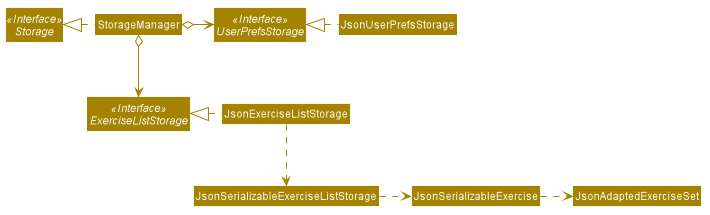
Above: docs/images/StorageClassDiagram.png in nus-cs2103-AY1920S2/addressbook-level3 (PlantUML), before the change.
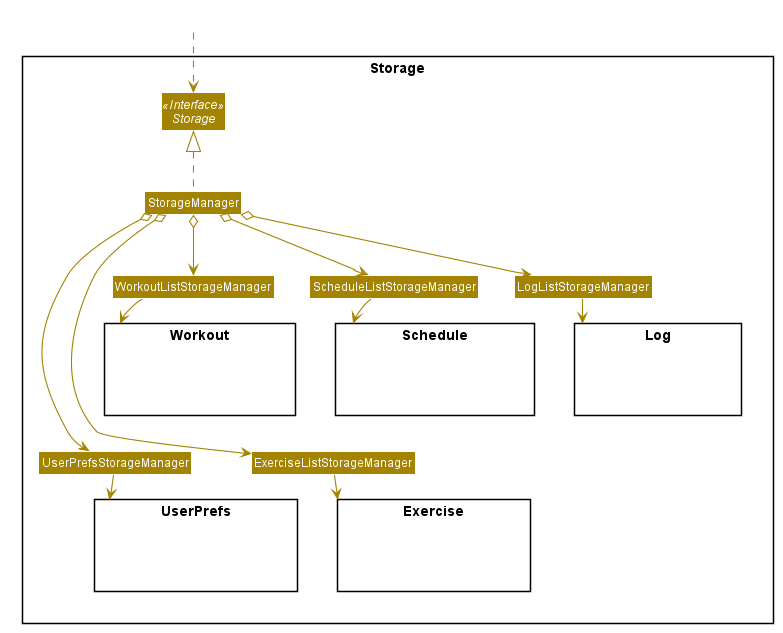
Later version of the same file.

What changed in the source:
```diff
@@ -1,4 +1,6 @@
 @startuml
+
+
 
 
 
@@ -51,21 +53,50 @@
 skinparam arrowColor #A38300
 skinparam classBackgroundColor #A38300
 
-Interface Storage <<Interface>>
-Interface UserPrefsStorage <<Interface>>
-Interface ExerciseListStorage <<Interface>>
+Package Storage {
+    Interface Storage <<Interface>>
 
-Class StorageManager
-Class JsonUserPrefsStorage
-Class JsonExerciseListStorage
+    Class StorageManager
+    Class UserPrefsStorageManager
+    Class ExerciseListStorageManager
+    Class WorkoutListStorageManager
+    Class ScheduleListStorageManager
+    Class LogListStorageManager
 
-StorageManager .left.|> Storage
-StorageManager o-right-> UserPrefsStorage
-StorageManager o--> ExerciseListStorage
+    Package UserPrefs {
+        Class HiddenUserPrefsModel #FFFFFF
+    }
 
-JsonUserPrefsStorage .left.|> UserPrefsStorage
-JsonExerciseListStorage .left.|> ExerciseListStorage
-JsonExerciseListStorage .down.> JsonSerializableExerciseListStorage
-JsonSerializableExerciseListStorage .right.> JsonSerializableExercise
-JsonSerializableExercise .right.> JsonAdaptedExerciseSet
+    Package Exercise {
+        Class HiddenExerciseModel #FFFFFF
+    }
+
+    Package Workout {
+        Class HiddenWorkoutModel #FFFFFF
+    }
+
+    Package Schedule {
+        Class HiddenScheduleModel #FFFFFF
+    }
+
+    Package Log {
+        Class HiddenLogModel #FFFFFF
+    }
+}
+
+Class HiddenOutside #FFFFFF
+HiddenOutside ..> Storage
+
+StorageManager .up.|> Storage
+StorageManager o----> UserPrefsStorageManager
+StorageManager o----> ExerciseListStorageManager
+StorageManager o--> WorkoutListStorageManager
+StorageManager o--> ScheduleListStorageManager
+StorageManager o--> LogListStorageManager
+
+UserPrefsStorageManager --> UserPrefs
+ExerciseListStorageManager --> Exercise
+WorkoutListStorageManager --> Workout
+ScheduleListStorageManager --> Schedule
+LogListStorageManager --> Log
 @enduml
```
